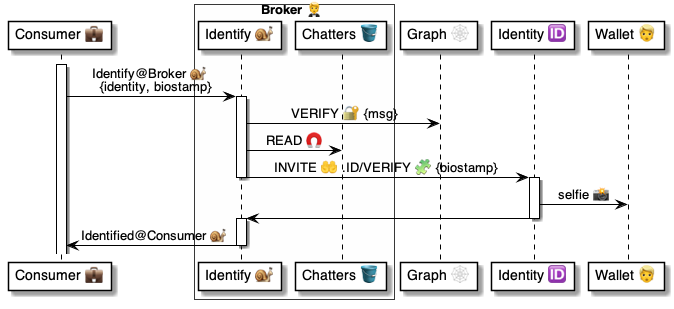
pollyweb-org/pollyweb-docs keeps this PlantUML diagram as 4 ⚙️ Solution/20 🧑‍🦰 UI/Brokers 🤵/🤵📨 Broker msgs/Share 💼 Identify 💼🐌🤵/🤵 Identify ⚙️ uml.png. Above is the earlier version. Its source is kept beside it as 4 ⚙️ Solution/20 🧑‍🦰 UI/Brokers 🤵/🤵📨 Broker msgs/Share 💼 Identify 💼🐌🤵/🤵 Identify ⚙️ uml.puml.
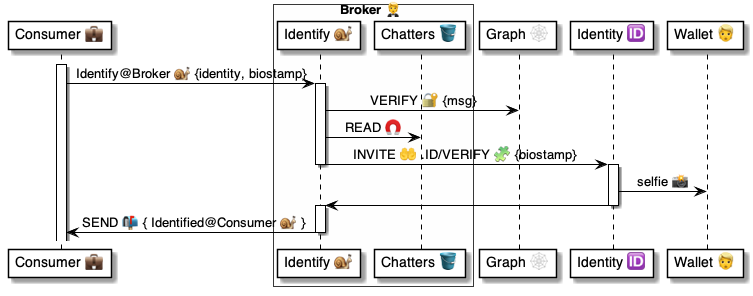
Later version of the same file.

Change to the diagram source:
```diff
@@ -11,7 +11,7 @@
 
 
 activate consumer
-    consumer -> broker: Identify@Broker 🐌 \n  {identity, biostamp}
+    consumer -> broker: Identify@Broker 🐌 {identity, biostamp}
 
 activate broker
     broker -> graph: VERIFY 🔐 {msg}
@@ -26,7 +26,7 @@
 deactivate script
 
 activate broker
-    broker -> consumer: Identified@Consumer 🐌
+    broker -> consumer: SEND 📬 { Identified@Consumer 🐌 }
 deactivate broker
 
 
```
